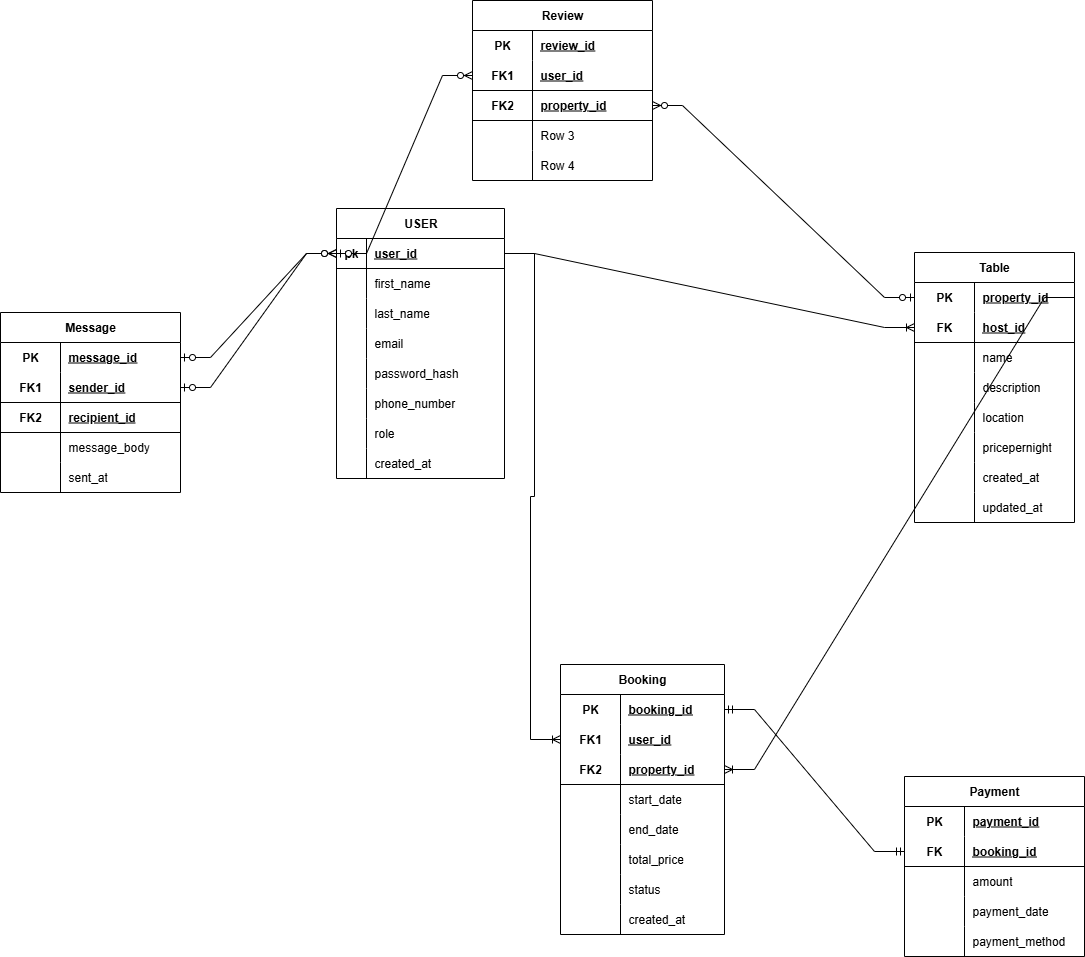
Before: ERD/ERD.drawio.png, a diagram exported from draw.io (yaseen-ahmed-2020/alx-airbnb-database). Source tidied: cells renumbered, new cells last; positions are measured from the earlier drawing's top-left corner, leaving out a move shared by most shapes.
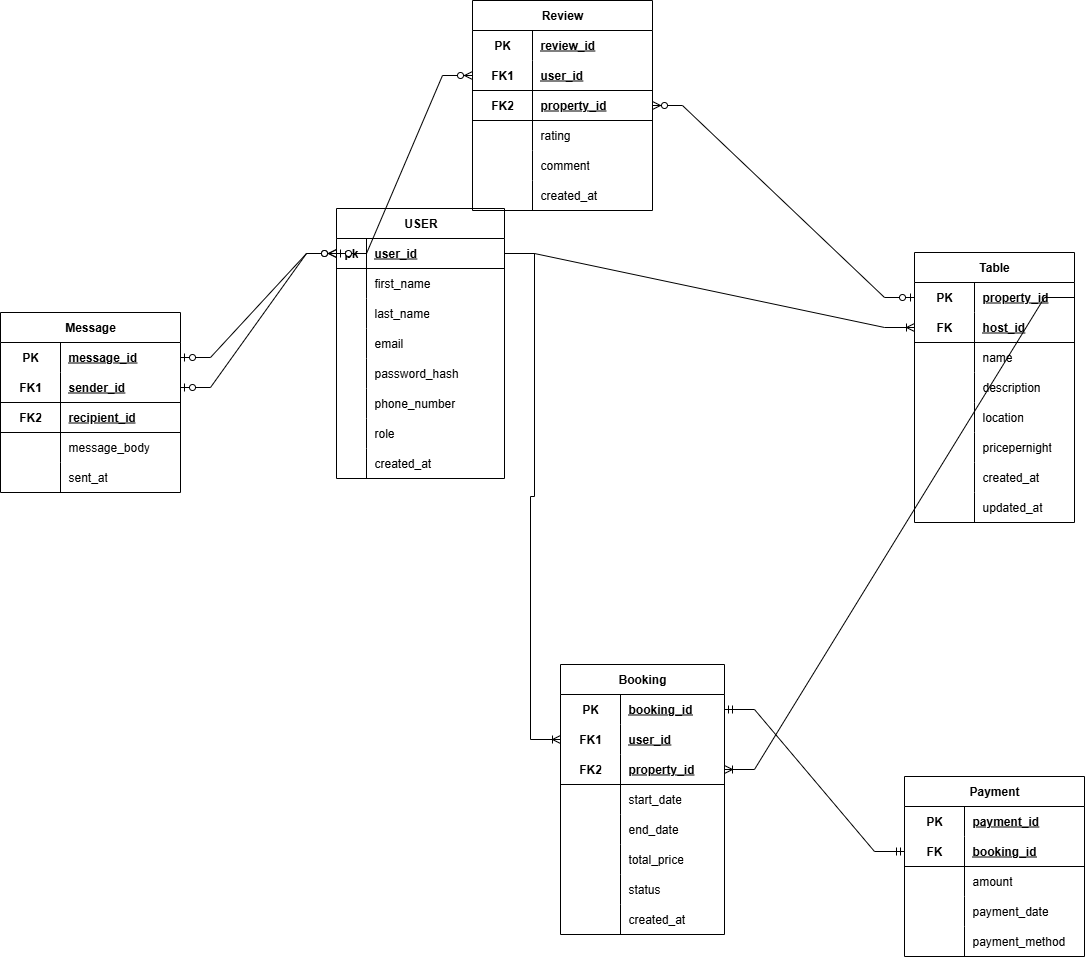
The same file after the commit.

Change to the diagram source:
```diff
@@ -294,7 +294,7 @@
       <mxGeometry x="60" width="120" height="30" as="geometry" />
     </mxCell>
     <mxCell id="96" value="Review" style="shape=table;startSize=30;rowLines=0;fontStyle=1;align=center;html=1;whiteSpace=wrap;" parent="1" vertex="1">
-      <mxGeometry x="472" y="160" width="180" height="180" as="geometry" />
+      <mxGeometry x="472" y="160" width="180" height="210" as="geometry" />
     </mxCell>
     <mxCell id="97" style="shape=tableRow;horizontal=0;startSize=0;swimlaneHead=0;swimlaneBody=0;fillColor=none;top=0;left=0;right=0;bottom=0;html=1;" parent="96" vertex="1">
       <mxGeometry y="30" width="180" height="30" as="geometry" />
@@ -329,7 +329,7 @@
     <mxCell id="107" style="shape=partialRectangle;fillColor=none;top=0;left=0;bottom=0;right=0;overflow=hidden;html=1;whiteSpace=wrap;" parent="106" vertex="1">
       <mxGeometry width="60" height="30" as="geometry" />
     </mxCell>
-    <mxCell id="108" value="Row 3" style="shape=partialRectangle;fillColor=none;top=0;left=0;bottom=0;right=0;align=left;spacingLeft=6;overflow=hidden;html=1;whiteSpace=wrap;" parent="106" vertex="1">
+    <mxCell id="108" value="rating" style="shape=partialRectangle;fillColor=none;top=0;left=0;bottom=0;right=0;align=left;spacingLeft=6;overflow=hidden;html=1;whiteSpace=wrap;" parent="106" vertex="1">
       <mxGeometry x="60" width="120" height="30" as="geometry" />
     </mxCell>
     <mxCell id="109" style="shape=tableRow;horizontal=0;startSize=0;swimlaneHead=0;swimlaneBody=0;fillColor=none;top=0;left=0;right=0;bottom=0;html=1;" parent="96" vertex="1">
@@ -338,9 +338,18 @@
     <mxCell id="110" style="shape=partialRectangle;fillColor=none;top=0;left=0;bottom=0;right=0;overflow=hidden;html=1;whiteSpace=wrap;" parent="109" vertex="1">
       <mxGeometry width="60" height="30" as="geometry" />
     </mxCell>
-    <mxCell id="111" value="Row 4" style="shape=partialRectangle;fillColor=none;top=0;left=0;bottom=0;right=0;align=left;spacingLeft=6;overflow=hidden;html=1;whiteSpace=wrap;" parent="109" vertex="1">
+    <mxCell id="111" value="comment" style="shape=partialRectangle;fillColor=none;top=0;left=0;bottom=0;right=0;align=left;spacingLeft=6;overflow=hidden;html=1;whiteSpace=wrap;" parent="109" vertex="1">
       <mxGeometry x="60" width="120" height="30" as="geometry" />
     </mxCell>
+    <mxCell id="133" style="shape=tableRow;horizontal=0;startSize=0;swimlaneHead=0;swimlaneBody=0;fillColor=none;top=0;left=0;right=0;bottom=0;html=1;" parent="96" vertex="1">
+      <mxGeometry y="180" width="180" height="30" as="geometry" />
+    </mxCell>
+    <mxCell id="134" style="shape=partialRectangle;fillColor=none;top=0;left=0;bottom=0;right=0;overflow=hidden;html=1;whiteSpace=wrap;" parent="133" vertex="1">
+      <mxGeometry width="60" height="30" as="geometry" />
+    </mxCell>
+    <mxCell id="135" value="created_at" style="shape=partialRectangle;fillColor=none;top=0;left=0;bottom=0;right=0;align=left;spacingLeft=6;overflow=hidden;html=1;whiteSpace=wrap;" parent="133" vertex="1">
+      <mxGeometry x="60" width="120" height="30" as="geometry" />
+    </mxCell>
     <mxCell id="112" value="Message" style="shape=table;startSize=30;rowLines=0;fontStyle=1;align=center;html=1;whiteSpace=wrap;" parent="1" vertex="1">
       <mxGeometry y="472" width="180" height="180" as="geometry" />
     </mxCell>
```
